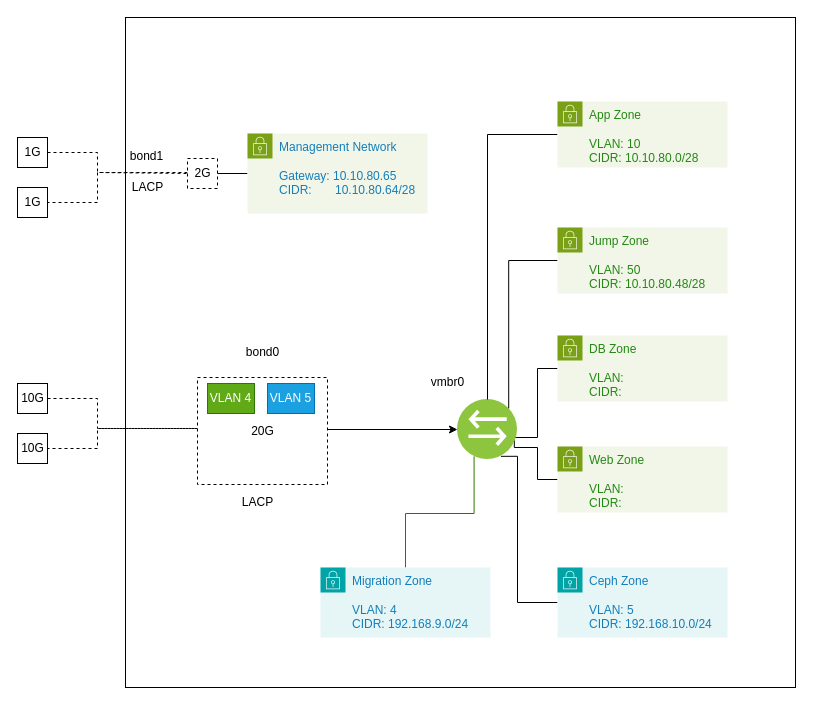
Earlier version of the draw.io diagram cluster.drawio (aadarshadhakalg/aadarshadhakalg). Source tidied: cells renumbered, new cells numbered last; positions are measured from the earlier drawing's top-left corner, leaving out a move shared by most shapes. Both pictures are drawn from the tidied source at 100%, with x=0, y=0 at pixel (17, 17).
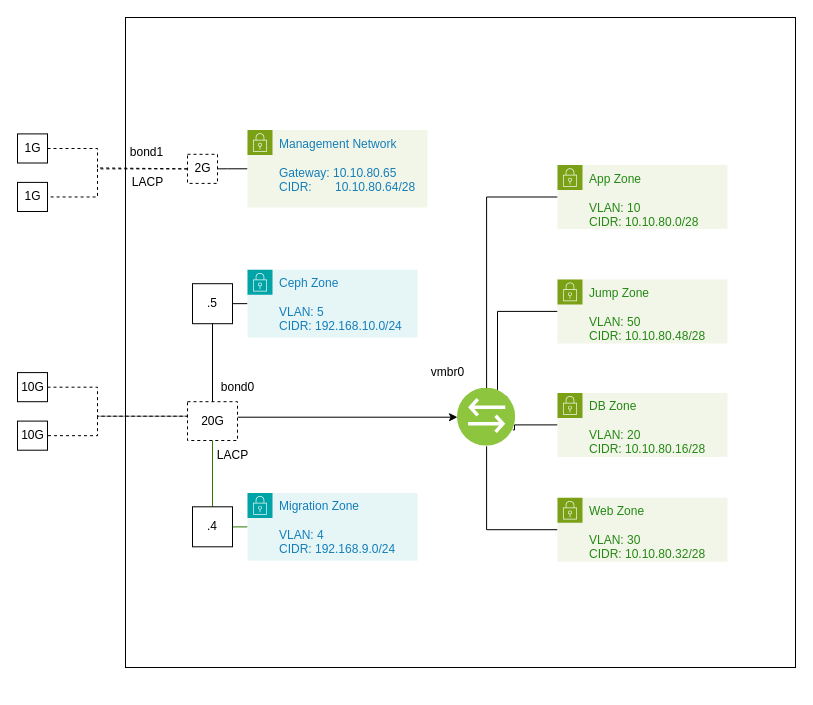
Above is the later version.

The edit, as a diff of the source:
```diff
@@
     <mxCell id="2" style="group;" parent="1" vertex="1">
-      <mxGeometry width="778" height="670" as="geometry" />
+      <mxGeometry width="778" height="650" as="geometry" />
     </mxCell>
+    <mxCell id="4" style="edgeStyle=orthogonalEdgeStyle;rounded=0;jettySize=auto;html=1;entryX=1;entryY=0.75;entryDx=0;entryDy=0;endArrow=none;endFill=0;exitX=0;exitY=0.5;exitDx=0;exitDy=0;" parent="2" edge="1" source="32" target="27">
+      <mxGeometry relative="1" as="geometry">
+        <Array as="points">
+          <mxPoint x="540" y="407.5" />
+          <mxPoint x="497" y="407.5" />
+        </Array>
+      </mxGeometry>
+    </mxCell>
+    <mxCell id="30" style="edgeStyle=orthogonalEdgeStyle;rounded=0;jettySize=auto;html=1;entryX=1;entryY=0;entryDx=0;entryDy=0;endArrow=none;endFill=0;" parent="2" edge="1" source="31" target="27">
+      <mxGeometry relative="1" as="geometry">
+        <Array as="points">
+          <mxPoint x="480" y="294" />
+          <mxPoint x="480" y="379" />
+        </Array>
+      </mxGeometry>
+    </mxCell>
+    <mxCell id="5" style="whiteSpace=wrap;html=1;fillColor=none;" parent="2" vertex="1">
+      <mxGeometry x="108" width="670" height="650" as="geometry" />
+    </mxCell>
-    <mxCell id="3" style="edgeStyle=orthogonalEdgeStyle;rounded=0;jettySize=auto;html=1;entryX=1;entryY=0.75;entryDx=0;entryDy=0;endArrow=none;endFill=0;" parent="2" edge="1" source="33" target="27">
+    <mxCell id="3" style="edgeStyle=orthogonalEdgeStyle;rounded=0;jettySize=auto;html=1;entryX=0.5;entryY=1;entryDx=0;entryDy=0;endArrow=none;endFill=0;exitX=0;exitY=0.5;exitDx=0;exitDy=0;" parent="2" edge="1" source="33" target="27">
       <mxGeometry relative="1" as="geometry">
         <Array as="points">
-          <mxPoint x="520" y="462" />
-          <mxPoint x="520" y="430" />
-          <mxPoint x="497" y="430" />
+          <mxPoint x="470" y="512.2" />
         </Array>
       </mxGeometry>
     </mxCell>
-    <mxCell id="4" style="edgeStyle=orthogonalEdgeStyle;rounded=0;jettySize=auto;html=1;entryX=1;entryY=0.75;entryDx=0;entryDy=0;endArrow=none;endFill=0;" parent="2" edge="1" source="32" target="27">
-      <mxGeometry relative="1" as="geometry">
-        <Array as="points">
-          <mxPoint x="520" y="351" />
-          <mxPoint x="520" y="420" />
-          <mxPoint x="497" y="420" />
-        </Array>
-      </mxGeometry>
-    </mxCell>
-    <mxCell id="5" style="whiteSpace=wrap;html=1;fillColor=none;" parent="2" vertex="1">
-      <mxGeometry x="108" width="670" height="670" as="geometry" />
-    </mxCell>
     <mxCell id="6" style="edgeStyle=orthogonalEdgeStyle;rounded=0;jettySize=auto;html=1;entryX=0;entryY=0.5;entryDx=0;entryDy=0;endArrow=none;endFill=0;dashed=1;" parent="2" edge="1" source="7" target="10">
       <mxGeometry relative="1" as="geometry">
         <Array as="points">
-          <mxPoint x="80" y="135" />
-          <mxPoint x="80" y="155" />
+          <mxPoint x="80" y="131" />
+          <mxPoint x="80" y="150.4" />
         </Array>
       </mxGeometry>
     </mxCell>
     <mxCell id="7" value="1G" style="html=1;rounded=0;" parent="2" vertex="1">
-      <mxGeometry y="120" width="30" height="30" as="geometry" />
+      <mxGeometry y="116.4" width="30" height="29.1" as="geometry" />
     </mxCell>
     <mxCell id="8" value="1G" style="html=1;rounded=0;" parent="2" vertex="1">
-      <mxGeometry y="170" width="30" height="30" as="geometry" />
+      <mxGeometry y="164.9" width="30" height="29.1" as="geometry" />
     </mxCell>
     <mxCell id="9" style="edgeStyle=orthogonalEdgeStyle;rounded=0;jettySize=auto;html=1;entryX=1;entryY=0.5;entryDx=0;entryDy=0;endArrow=none;endFill=0;dashed=1;" parent="2" edge="1" source="10" target="8">
       <mxGeometry relative="1" as="geometry">
         <Array as="points">
-          <mxPoint x="80" y="155" />
-          <mxPoint x="80" y="185" />
+          <mxPoint x="80" y="150.4" />
+          <mxPoint x="80" y="179.5" />
         </Array>
       </mxGeometry>
     </mxCell>
     <mxCell id="10" value="2G" style="html=1;rounded=0;dashed=1;" parent="2" vertex="1">
-      <mxGeometry x="170" y="141" width="30" height="30" as="geometry" />
+      <mxGeometry x="170" y="136.8" width="30" height="29.1" as="geometry" />
     </mxCell>
     <mxCell id="11" style="edgeStyle=orthogonalEdgeStyle;rounded=0;jettySize=auto;html=1;entryX=0;entryY=0.5;entryDx=0;entryDy=0;endArrow=none;endFill=0;dashed=1;" parent="2" edge="1" source="12" target="16">
       <mxGeometry relative="1" as="geometry">
         <Array as="points">
-          <mxPoint x="80" y="381" />
-          <mxPoint x="80" y="411" />
+          <mxPoint x="80" y="369.6" />
+          <mxPoint x="80" y="398.7" />
         </Array>
       </mxGeometry>
     </mxCell>
     <mxCell id="12" value="10G" style="html=1;rounded=0;" parent="2" vertex="1">
-      <mxGeometry y="366" width="30" height="30" as="geometry" />
+      <mxGeometry y="355.1" width="30" height="29.1" as="geometry" />
     </mxCell>
     <mxCell id="13" value="10G" style="html=1;rounded=0;" parent="2" vertex="1">
-      <mxGeometry y="416" width="30" height="30" as="geometry" />
+      <mxGeometry y="403.6" width="30" height="29.1" as="geometry" />
     </mxCell>
     <mxCell id="14" style="edgeStyle=orthogonalEdgeStyle;rounded=0;jettySize=auto;html=1;entryX=1;entryY=0.5;entryDx=0;entryDy=0;endArrow=none;endFill=0;dashed=1;" parent="2" edge="1" source="16" target="13">
       <mxGeometry relative="1" as="geometry">
         <Array as="points">
-          <mxPoint x="80" y="411" />
-          <mxPoint x="80" y="431" />
+          <mxPoint x="80" y="398.7" />
+          <mxPoint x="80" y="418.1" />
         </Array>
       </mxGeometry>
     </mxCell>
     <mxCell id="15" style="edgeStyle=orthogonalEdgeStyle;rounded=0;jettySize=auto;html=1;entryX=0;entryY=0.5;entryDx=0;entryDy=0;" parent="2" edge="1" source="16" target="27">
       <mxGeometry relative="1" as="geometry">
         <Array as="points">
-          <mxPoint x="440" y="412" />
+          <mxPoint x="440" y="399.7" />
         </Array>
       </mxGeometry>
     </mxCell>
     <mxCell id="16" value="20G" style="html=1;rounded=0;dashed=1;" parent="2" vertex="1">
-      <mxGeometry x="180" y="360" width="130" height="107" as="geometry" />
+      <mxGeometry x="170" y="384.2" width="50" height="38.8" as="geometry" />
     </mxCell>
     <mxCell id="17" value="bond0" style="text;html=1;align=center;verticalAlign=middle;strokeColor=none;fillColor=none;" parent="2" vertex="1">
-      <mxGeometry x="215" y="320" width="60" height="30" as="geometry" />
+      <mxGeometry x="190" y="355.1" width="60" height="30" as="geometry" />
     </mxCell>
     <mxCell id="18" value="bond1" style="text;html=1;align=center;verticalAlign=middle;strokeColor=none;fillColor=none;" parent="2" vertex="1">
-      <mxGeometry x="99" y="124" width="60" height="30" as="geometry" />
+      <mxGeometry x="99" y="120.3" width="60" height="30" as="geometry" />
     </mxCell>
     <mxCell id="19" value="LACP" style="text;html=1;align=center;verticalAlign=middle;strokeColor=none;fillColor=none;" parent="2" vertex="1">
-      <mxGeometry x="215" y="470" width="50" height="30" as="geometry" />
+      <mxGeometry x="190" y="423" width="50" height="30" as="geometry" />
     </mxCell>
     <mxCell id="20" value="LACP" style="text;html=1;align=center;verticalAlign=middle;strokeColor=none;fillColor=none;" parent="2" vertex="1">
-      <mxGeometry x="105" y="155" width="50" height="30" as="geometry" />
+      <mxGeometry x="105" y="150.4" width="50" height="30" as="geometry" />
     </mxCell>
@@
     <mxCell id="22" value="&lt;span style=&quot;color: rgb(20, 126, 186);&quot;&gt;Management Network&amp;nbsp;&lt;/span&gt;&lt;div style=&quot;color: rgb(20, 126, 186);&quot;&gt;&lt;br&gt;&lt;/div&gt;&lt;div style=&quot;color: rgb(20, 126, 186);&quot;&gt;Gateway: 10.10.80.65&lt;/div&gt;&lt;div style=&quot;color: rgb(20, 126, 186);&quot;&gt;CIDR:&amp;nbsp; &amp;nbsp; &amp;nbsp; &amp;nbsp;10.10.80.64/28&lt;/div&gt;" style="points=[[0,0],[0.25,0],[0.5,0],[0.75,0],[1,0],[1,0.25],[1,0.5],[1,0.75],[1,1],[0.75,1],[0.5,1],[0.25,1],[0,1],[0,0.75],[0,0.5],[0,0.25]];outlineConnect=0;gradientColor=none;html=1;whiteSpace=wrap;fontSize=12;fontStyle=0;shape=mxgraph.aws4.group;grIcon=mxgraph.aws4.group_security_group;grStroke=0;strokeColor=#7AA116;fillColor=#F2F6E8;verticalAlign=top;align=left;spacingLeft=30;fontColor=#248814;dashed=0;" parent="2" vertex="1">
-      <mxGeometry x="230" y="116" width="180" height="80" as="geometry" />
+      <mxGeometry x="230" y="112.5" width="180" height="77.6" as="geometry" />
     </mxCell>
-    <mxCell id="23" style="edgeStyle=orthogonalEdgeStyle;rounded=0;jettySize=auto;html=1;entryX=0.25;entryY=1;entryDx=0;entryDy=0;endArrow=none;endFill=0;fillColor=#60a917;strokeColor=#2D7600;" parent="2" edge="1" source="24" target="27">
+    <mxCell id="23" style="edgeStyle=orthogonalEdgeStyle;rounded=0;jettySize=auto;html=1;endArrow=none;endFill=0;fillColor=#60a917;strokeColor=#2D7600;" parent="2" edge="1" source="24" target="16">
       <mxGeometry relative="1" as="geometry" />
     </mxCell>
     <mxCell id="24" value="Migration Zone&lt;div&gt;&lt;br&gt;&lt;div&gt;VLAN: 4&lt;/div&gt;&lt;div&gt;CIDR:&amp;nbsp;192.168.9.0/24&lt;/div&gt;&lt;/div&gt;" style="points=[[0,0],[0.25,0],[0.5,0],[0.75,0],[1,0],[1,0.25],[1,0.5],[1,0.75],[1,1],[0.75,1],[0.5,1],[0.25,1],[0,1],[0,0.75],[0,0.5],[0,0.25]];outlineConnect=0;gradientColor=none;html=1;whiteSpace=wrap;fontSize=12;fontStyle=0;shape=mxgraph.aws4.group;grIcon=mxgraph.aws4.group_security_group;grStroke=0;strokeColor=#00A4A6;fillColor=#E6F6F7;verticalAlign=top;align=left;spacingLeft=30;fontColor=#147EBA;dashed=0;" parent="2" vertex="1">
-      <mxGeometry x="303" y="550" width="170" height="70" as="geometry" />
+      <mxGeometry x="230" y="475.4" width="170" height="67.9" as="geometry" />
     </mxCell>
-    <mxCell id="25" style="edgeStyle=orthogonalEdgeStyle;rounded=0;jettySize=auto;html=1;entryX=0.75;entryY=1;entryDx=0;entryDy=0;endArrow=none;endFill=0;" parent="2" edge="1" source="26" target="27">
+    <mxCell id="25" style="edgeStyle=orthogonalEdgeStyle;rounded=0;jettySize=auto;html=1;entryX=0.5;entryY=0;entryDx=0;entryDy=0;endArrow=none;endFill=0;exitX=0;exitY=0.5;exitDx=0;exitDy=0;" parent="2" edge="1" source="26" target="16">
       <mxGeometry relative="1" as="geometry">
         <Array as="points">
-          <mxPoint x="500" y="585" />
-          <mxPoint x="500" y="439" />
+          <mxPoint x="195" y="286.2" />
         </Array>
       </mxGeometry>
     </mxCell>
     <mxCell id="26" value="Ceph Zone&lt;div&gt;&lt;br&gt;&lt;div&gt;VLAN: 5&lt;/div&gt;&lt;div&gt;CIDR:&amp;nbsp;192.168.10.0/24&lt;/div&gt;&lt;/div&gt;" style="points=[[0,0],[0.25,0],[0.5,0],[0.75,0],[1,0],[1,0.25],[1,0.5],[1,0.75],[1,1],[0.75,1],[0.5,1],[0.25,1],[0,1],[0,0.75],[0,0.5],[0,0.25]];outlineConnect=0;gradientColor=none;html=1;whiteSpace=wrap;fontSize=12;fontStyle=0;shape=mxgraph.aws4.group;grIcon=mxgraph.aws4.group_security_group;grStroke=0;strokeColor=#00A4A6;fillColor=#E6F6F7;verticalAlign=top;align=left;spacingLeft=30;fontColor=#147EBA;dashed=0;" parent="2" vertex="1">
-      <mxGeometry x="540" y="550" width="170" height="70" as="geometry" />
+      <mxGeometry x="230" y="252.2" width="170" height="67.9" as="geometry" />
     </mxCell>
     <mxCell id="27" style="image;perimeter=ellipsePerimeter;html=1;align=center;shadow=0;dashed=0;fontColor=#4277BB;labelBackgroundColor=default;fontSize=12;spacingTop=3;image=img/lib/ibm/vpc/Bridge.svg;" parent="2" vertex="1">
-      <mxGeometry x="440" y="382" width="60" height="60" as="geometry" />
+      <mxGeometry x="440" y="370.6" width="58.2" height="58.2" as="geometry" />
     </mxCell>
@@
     <mxCell id="29" value="App Zone&lt;div&gt;&lt;br&gt;&lt;/div&gt;&lt;div&gt;VLAN: 10&amp;nbsp;&lt;/div&gt;&lt;div&gt;CIDR: 10.10.80.0/28&lt;/div&gt;" style="points=[[0,0],[0.25,0],[0.5,0],[0.75,0],[1,0],[1,0.25],[1,0.5],[1,0.75],[1,1],[0.75,1],[0.5,1],[0.25,1],[0,1],[0,0.75],[0,0.5],[0,0.25]];outlineConnect=0;gradientColor=none;html=1;whiteSpace=wrap;fontSize=12;fontStyle=0;shape=mxgraph.aws4.group;grIcon=mxgraph.aws4.group_security_group;grStroke=0;strokeColor=#7AA116;fillColor=#F2F6E8;verticalAlign=top;align=left;spacingLeft=30;fontColor=#248814;dashed=0;" parent="2" vertex="1">
-      <mxGeometry x="540" y="84" width="170" height="66" as="geometry" />
+      <mxGeometry x="540" y="147.5" width="170" height="64" as="geometry" />
     </mxCell>
-    <mxCell id="30" style="edgeStyle=orthogonalEdgeStyle;rounded=0;jettySize=auto;html=1;entryX=1;entryY=0;entryDx=0;entryDy=0;endArrow=none;endFill=0;" parent="2" edge="1" source="31" target="27">
-      <mxGeometry relative="1" as="geometry" />
-    </mxCell>
     <mxCell id="31" value="Jump Zone&lt;div&gt;&lt;br&gt;&lt;/div&gt;&lt;div&gt;VLAN: 50&lt;/div&gt;&lt;div&gt;CIDR: 10.10.80.48/28&lt;/div&gt;" style="points=[[0,0],[0.25,0],[0.5,0],[0.75,0],[1,0],[1,0.25],[1,0.5],[1,0.75],[1,1],[0.75,1],[0.5,1],[0.25,1],[0,1],[0,0.75],[0,0.5],[0,0.25]];outlineConnect=0;gradientColor=none;html=1;whiteSpace=wrap;fontSize=12;fontStyle=0;shape=mxgraph.aws4.group;grIcon=mxgraph.aws4.group_security_group;grStroke=0;strokeColor=#7AA116;fillColor=#F2F6E8;verticalAlign=top;align=left;spacingLeft=30;fontColor=#248814;dashed=0;" parent="2" vertex="1">
-      <mxGeometry x="540" y="210" width="170" height="66" as="geometry" />
+      <mxGeometry x="540" y="261.9" width="170" height="64" as="geometry" />
     </mxCell>
-    <mxCell id="32" value="DB Zone&lt;div&gt;&lt;br&gt;&lt;/div&gt;&lt;div&gt;VLAN:&amp;nbsp;&lt;/div&gt;&lt;div&gt;CIDR:&amp;nbsp;&lt;/div&gt;" style="points=[[0,0],[0.25,0],[0.5,0],[0.75,0],[1,0],[1,0.25],[1,0.5],[1,0.75],[1,1],[0.75,1],[0.5,1],[0.25,1],[0,1],[0,0.75],[0,0.5],[0,0.25]];outlineConnect=0;gradientColor=none;html=1;whiteSpace=wrap;fontSize=12;fontStyle=0;shape=mxgraph.aws4.group;grIcon=mxgraph.aws4.group_security_group;grStroke=0;strokeColor=#7AA116;fillColor=#F2F6E8;verticalAlign=top;align=left;spacingLeft=30;fontColor=#248814;dashed=0;" parent="2" vertex="1">
-      <mxGeometry x="540" y="318" width="170" height="66" as="geometry" />
+    <mxCell id="32" value="DB Zone&lt;div&gt;&lt;br&gt;&lt;/div&gt;&lt;div&gt;VLAN: 20&amp;nbsp;&lt;/div&gt;&lt;div&gt;CIDR: 10.10.80.16/28&lt;/div&gt;" style="points=[[0,0],[0.25,0],[0.5,0],[0.75,0],[1,0],[1,0.25],[1,0.5],[1,0.75],[1,1],[0.75,1],[0.5,1],[0.25,1],[0,1],[0,0.75],[0,0.5],[0,0.25]];outlineConnect=0;gradientColor=none;html=1;whiteSpace=wrap;fontSize=12;fontStyle=0;shape=mxgraph.aws4.group;grIcon=mxgraph.aws4.group_security_group;grStroke=0;strokeColor=#7AA116;fillColor=#F2F6E8;verticalAlign=top;align=left;spacingLeft=30;fontColor=#248814;dashed=0;" parent="2" vertex="1">
+      <mxGeometry x="540" y="375.4" width="170" height="64" as="geometry" />
     </mxCell>
-    <mxCell id="33" value="Web Zone&lt;div&gt;&lt;br&gt;&lt;/div&gt;&lt;div&gt;VLAN:&amp;nbsp;&lt;/div&gt;&lt;div&gt;CIDR:&amp;nbsp;&lt;/div&gt;" style="points=[[0,0],[0.25,0],[0.5,0],[0.75,0],[1,0],[1,0.25],[1,0.5],[1,0.75],[1,1],[0.75,1],[0.5,1],[0.25,1],[0,1],[0,0.75],[0,0.5],[0,0.25]];outlineConnect=0;gradientColor=none;html=1;whiteSpace=wrap;fontSize=12;fontStyle=0;shape=mxgraph.aws4.group;grIcon=mxgraph.aws4.group_security_group;grStroke=0;strokeColor=#7AA116;fillColor=#F2F6E8;verticalAlign=top;align=left;spacingLeft=30;fontColor=#248814;dashed=0;" parent="2" vertex="1">
-      <mxGeometry x="540" y="429" width="170" height="66" as="geometry" />
+    <mxCell id="33" value="Web Zone&lt;div&gt;&lt;br&gt;&lt;/div&gt;&lt;div&gt;VLAN: 30&amp;nbsp;&lt;/div&gt;&lt;div&gt;CIDR: 10.10.80.32/28&lt;/div&gt;" style="points=[[0,0],[0.25,0],[0.5,0],[0.75,0],[1,0],[1,0.25],[1,0.5],[1,0.75],[1,1],[0.75,1],[0.5,1],[0.25,1],[0,1],[0,0.75],[0,0.5],[0,0.25]];outlineConnect=0;gradientColor=none;html=1;whiteSpace=wrap;fontSize=12;fontStyle=0;shape=mxgraph.aws4.group;grIcon=mxgraph.aws4.group_security_group;grStroke=0;strokeColor=#7AA116;fillColor=#F2F6E8;verticalAlign=top;align=left;spacingLeft=30;fontColor=#248814;dashed=0;" parent="2" vertex="1">
+      <mxGeometry x="540" y="480.2" width="170" height="64" as="geometry" />
     </mxCell>
     <mxCell id="34" value="vmbr0" style="text;html=1;align=center;verticalAlign=middle;strokeColor=none;fillColor=none;" parent="2" vertex="1">
-      <mxGeometry x="400" y="350" width="60" height="30" as="geometry" />
+      <mxGeometry x="400" y="339.6" width="60" height="30" as="geometry" />
     </mxCell>
-    <mxCell id="35" value="VLAN 4" style="rounded=0;whiteSpace=wrap;html=1;fillColor=#60a917;strokeColor=#2D7600;fontColor=#ffffff;" parent="2" vertex="1">
-      <mxGeometry x="190" y="366" width="47" height="30" as="geometry" />
-    </mxCell>
-    <mxCell id="36" value="VLAN 5" style="rounded=0;whiteSpace=wrap;html=1;fillColor=#1ba1e2;strokeColor=#006EAF;fontColor=#ffffff;" parent="2" vertex="1">
-      <mxGeometry x="250" y="366" width="47" height="30" as="geometry" />
-    </mxCell>
+    <mxCell id="37" value=".5" style="whiteSpace=wrap;html=1;" parent="2" vertex="1">
+      <mxGeometry x="175" y="266.2" width="40" height="40" as="geometry" />
+    </mxCell>
+    <mxCell id="38" value=".4" style="whiteSpace=wrap;html=1;" parent="2" vertex="1">
+      <mxGeometry x="175" y="489.3" width="40" height="40" as="geometry" />
+    </mxCell>
```
